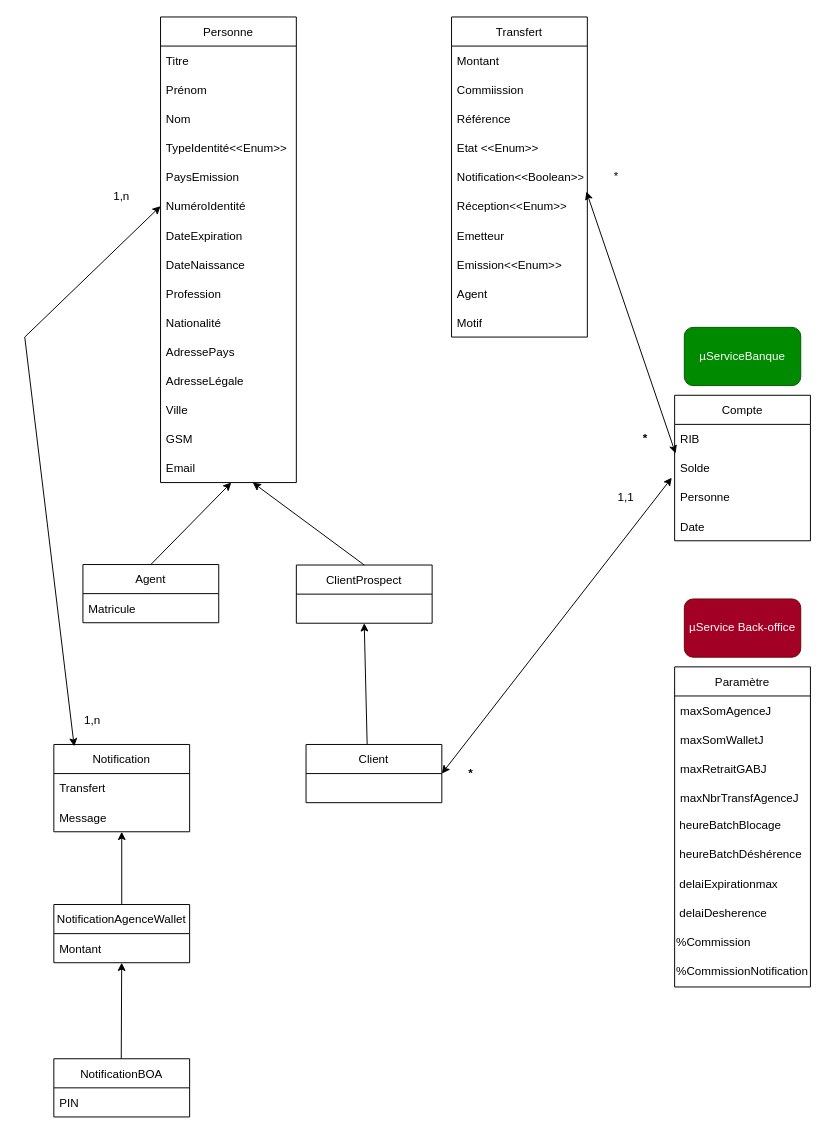
Before: Diagramme de classe.drawio in TransfertNationalOrg/transfert-service, a draw.io diagram. Source tidied: cells renumbered, new cells numbered last; positions are measured from the earlier drawing's top-left corner, leaving out a move shared by most shapes. Both pictures are drawn from the tidied source at 97%, with x=0, y=0 at pixel (24, 16).
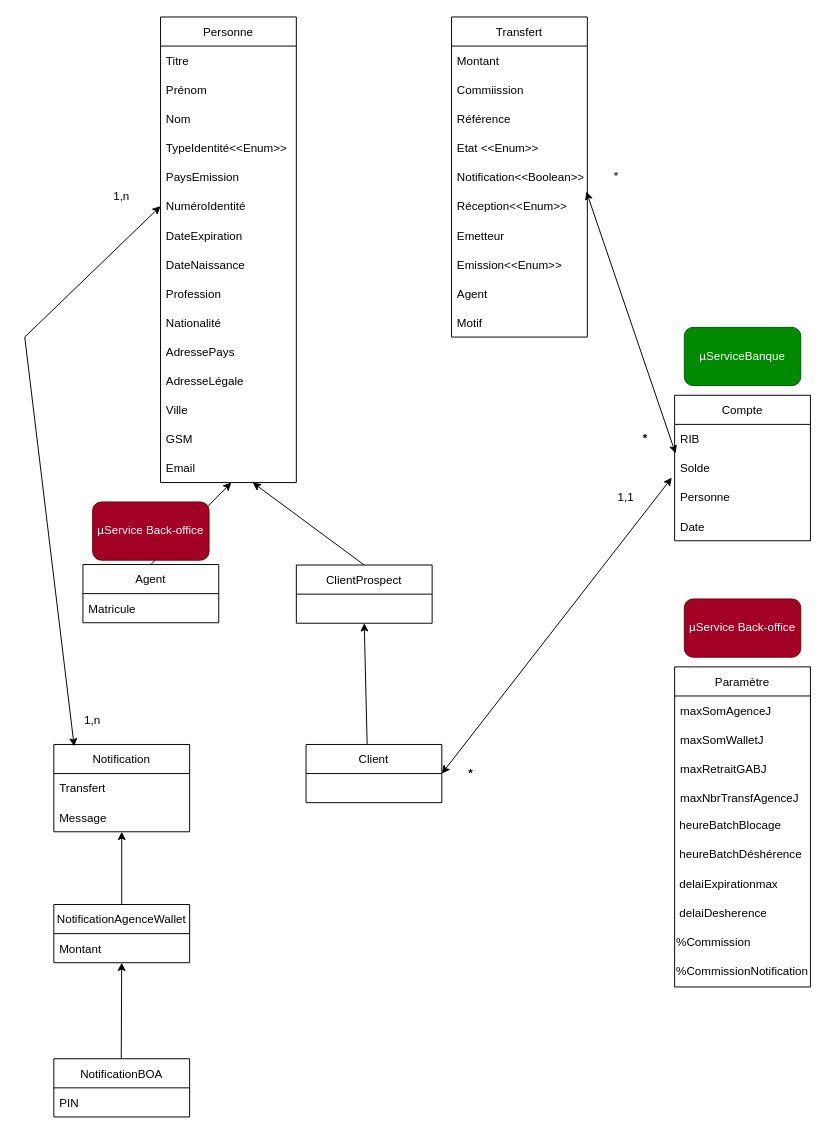
The same diagram, later.

Diff of the diagram source:
```diff
@@
+    <mxCell id="72" value="µService Back-office" style="rounded=1;whiteSpace=wrap;html=1;fillColor=#a20025;fontColor=#ffffff;strokeColor=#6F0000;" parent="1" vertex="1">
+      <mxGeometry x="70" y="500" width="120" height="60" as="geometry" />
+    </mxCell>
```
